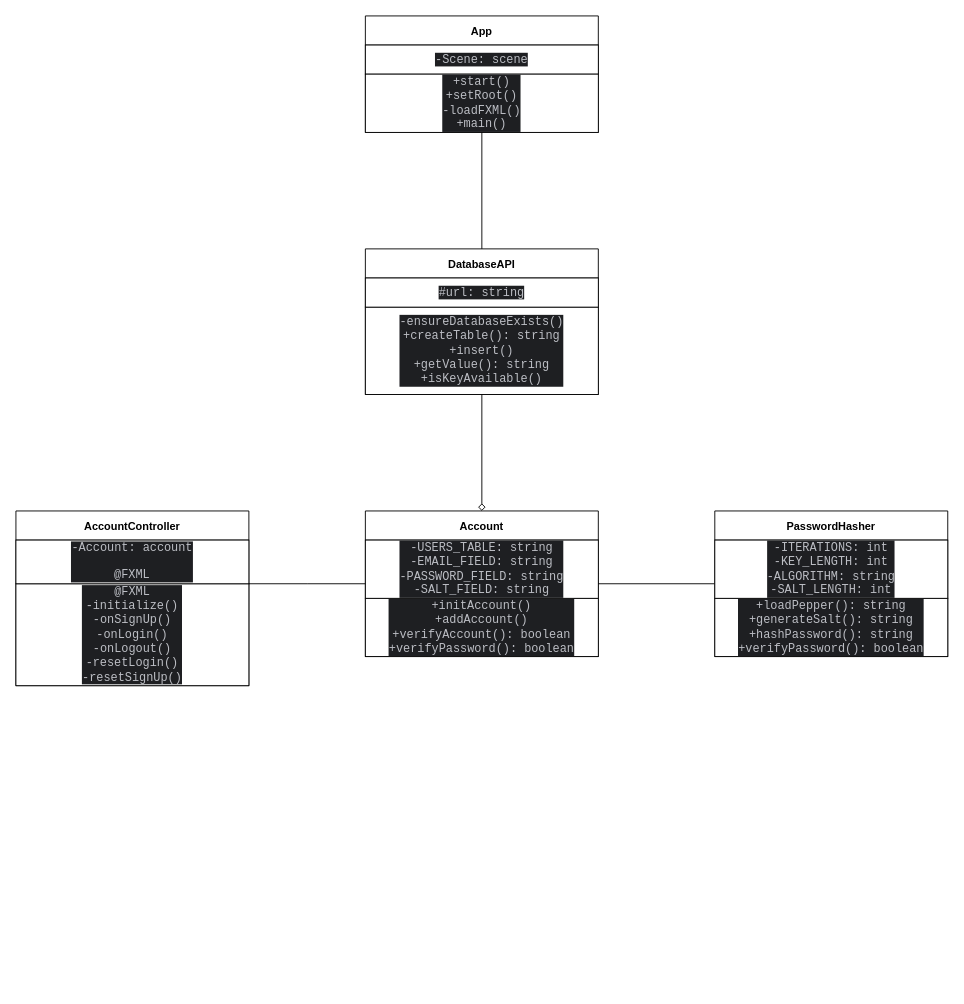
This is diagram/UserAuth-UML.drawio from DeltaGamingCH/UserAuth-Java, a draw.io file, before an edit. Source tidied: cells renumbered, new cells numbered last; positions are measured from the earlier drawing's top-left corner, leaving out a move shared by most shapes. Both pictures are drawn from the tidied source at 91%, with x=0, y=0 at pixel (15, 15).
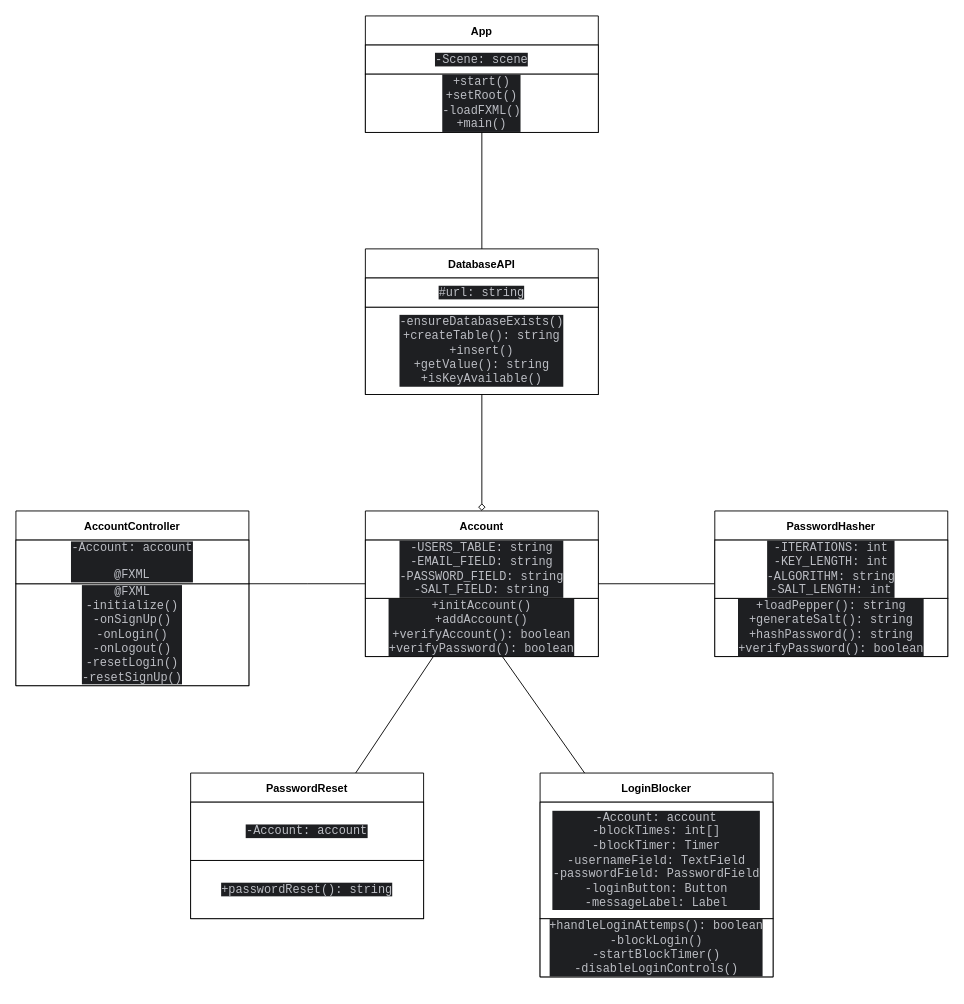
After the change.

Commit message (it also covers changes not shown here):
feat(diagrams): Updated diagrams to include new classes

The change refers to these unchanged cells:
```xml
<mxCell id="5" value="Account" style="swimlane;startSize=32;" parent="1" vertex="1">
  <mxGeometry x="384" y="544" width="256" height="160" as="geometry" />
</mxCell>
<mxCell id="6" value="&lt;div style=&quot;background-color: rgb(30 , 31 , 34) ; color: rgb(188 , 190 , 196) ; font-size: 10px&quot;&gt;&lt;pre style=&quot;font-family: &amp;#34;jetbrains mono&amp;#34; , monospace ; font-size: 10px&quot;&gt;&lt;pre style=&quot;font-family: &amp;#34;jetbrains mono&amp;#34; , monospace ; font-size: 9.8pt&quot;&gt;&lt;pre style=&quot;font-size: 9.8pt ; font-family: &amp;#34;jetbrains mono&amp;#34; , monospace&quot;&gt;+initAccount()&lt;br/&gt;+addAccount()&lt;br/&gt;&lt;span style=&quot;font-size: 9.8pt&quot;&gt;+verifyAccount(): boolean&lt;br/&gt;&lt;/span&gt;+verifyPassword(): boolean&lt;/pre&gt;&lt;/pre&gt;&lt;/pre&gt;&lt;/div&gt;" style="rounded=0;whiteSpace=wrap;html=1;fontSize=10;" parent="5" vertex="1">
  <mxGeometry y="96" width="256" height="64" as="geometry" />
</mxCell>
```

What changed in the source:
```diff
@@
+    <mxCell id="21" value="LoginBlocker" style="swimlane;startSize=32;" parent="1" vertex="1">
+      <mxGeometry x="576" y="832" width="256" height="224" as="geometry" />
+    </mxCell>
+    <mxCell id="22" value="&lt;div style=&quot;background-color: rgb(30 , 31 , 34) ; color: rgb(188 , 190 , 196) ; font-size: 10px&quot;&gt;&lt;pre style=&quot;font-family: &amp;#34;jetbrains mono&amp;#34; , monospace ; font-size: 10px&quot;&gt;&lt;pre style=&quot;font-family: &amp;#34;jetbrains mono&amp;#34; , monospace ; font-size: 9.8pt&quot;&gt;&lt;pre style=&quot;font-size: 9.8pt ; font-family: &amp;#34;jetbrains mono&amp;#34; , monospace&quot;&gt;+handleLoginAttemps(): boolean&lt;br&gt;-blockLogin()&lt;br&gt;&lt;span style=&quot;font-size: 9.8pt&quot;&gt;-startBlockTimer()&lt;br&gt;&lt;/span&gt;-disableLoginControls()&lt;/pre&gt;&lt;/pre&gt;&lt;/pre&gt;&lt;/div&gt;" style="rounded=0;whiteSpace=wrap;html=1;fontSize=10;" parent="21" vertex="1">
+      <mxGeometry y="160" width="256" height="64" as="geometry" />
+    </mxCell>
+    <mxCell id="23" value="&lt;div style=&quot;background-color: rgb(30 , 31 , 34) ; color: rgb(188 , 190 , 196) ; font-size: 10px&quot;&gt;&lt;pre style=&quot;font-family: &amp;#34;jetbrains mono&amp;#34; , monospace ; font-size: 10px&quot;&gt;&lt;pre style=&quot;font-family: &amp;#34;jetbrains mono&amp;#34; , monospace ; font-size: 9.8pt&quot;&gt;&lt;pre style=&quot;font-family: &amp;#34;jetbrains mono&amp;#34; , monospace ; font-size: 9.8pt&quot;&gt;&lt;span style=&quot;font-size: 9.8pt&quot;&gt;-Account&lt;span&gt;: account&lt;br&gt;&lt;/span&gt;&lt;/span&gt;&lt;span style=&quot;font-size: 9.8pt&quot;&gt;-blockTimes&lt;/span&gt;&lt;span style=&quot;font-size: 9.8pt&quot;&gt;: int[]&lt;br&gt;&lt;/span&gt;&lt;span style=&quot;font-size: 9.8pt&quot;&gt;-blockTimer&lt;/span&gt;&lt;span style=&quot;font-size: 9.8pt&quot;&gt;: Timer&lt;br&gt;&lt;/span&gt;-usernameField&lt;span style=&quot;font-size: 9.8pt&quot;&gt;: TextField&lt;br/&gt;-passwordField: PasswordField&lt;br/&gt;-loginButton: Button&lt;br/&gt;-messageLabel: Label&lt;/span&gt;&lt;/pre&gt;&lt;/pre&gt;&lt;/pre&gt;&lt;/div&gt;" style="rounded=0;whiteSpace=wrap;html=1;fontSize=10;" parent="21" vertex="1">
+      <mxGeometry y="32" width="256" height="128" as="geometry" />
+    </mxCell>
+    <mxCell id="24" style="edgeStyle=none;rounded=0;jettySize=auto;html=1;endArrow=none;endFill=0;" parent="1" edge="1" source="25" target="5">
+      <mxGeometry relative="1" as="geometry" />
+    </mxCell>
+    <mxCell id="25" value="PasswordReset" style="swimlane;startSize=32;" parent="1" vertex="1">
+      <mxGeometry x="192" y="832" width="256" height="160" as="geometry" />
+    </mxCell>
+    <mxCell id="26" value="&lt;div style=&quot;background-color: rgb(30 , 31 , 34) ; color: rgb(188 , 190 , 196) ; font-size: 10px&quot;&gt;&lt;pre style=&quot;font-family: &amp;#34;jetbrains mono&amp;#34; , monospace ; font-size: 10px&quot;&gt;&lt;pre style=&quot;font-family: &amp;#34;jetbrains mono&amp;#34; , monospace ; font-size: 9.8pt&quot;&gt;&lt;pre style=&quot;font-size: 9.8pt ; font-family: &amp;#34;jetbrains mono&amp;#34; , monospace&quot;&gt;+passwordReset(): string&lt;/pre&gt;&lt;/pre&gt;&lt;/pre&gt;&lt;/div&gt;" style="rounded=0;whiteSpace=wrap;html=1;fontSize=10;" parent="25" vertex="1">
+      <mxGeometry y="96" width="256" height="64" as="geometry" />
+    </mxCell>
+    <mxCell id="27" value="&lt;div style=&quot;background-color: rgb(30 , 31 , 34) ; color: rgb(188 , 190 , 196) ; font-size: 10px&quot;&gt;&lt;pre style=&quot;font-family: &amp;#34;jetbrains mono&amp;#34; , monospace ; font-size: 10px&quot;&gt;&lt;pre style=&quot;font-family: &amp;#34;jetbrains mono&amp;#34; , monospace ; font-size: 9.8pt&quot;&gt;&lt;pre style=&quot;font-family: &amp;#34;jetbrains mono&amp;#34; , monospace ; font-size: 9.8pt&quot;&gt;-Account: account&lt;/pre&gt;&lt;/pre&gt;&lt;/pre&gt;&lt;/div&gt;" style="rounded=0;whiteSpace=wrap;html=1;fontSize=10;" parent="25" vertex="1">
+      <mxGeometry y="32" width="256" height="64" as="geometry" />
+    </mxCell>
+    <mxCell id="28" style="edgeStyle=none;rounded=0;jettySize=auto;html=1;endArrow=none;endFill=0;" parent="1" edge="1" source="6" target="21">
+      <mxGeometry relative="1" as="geometry" />
+    </mxCell>
```
